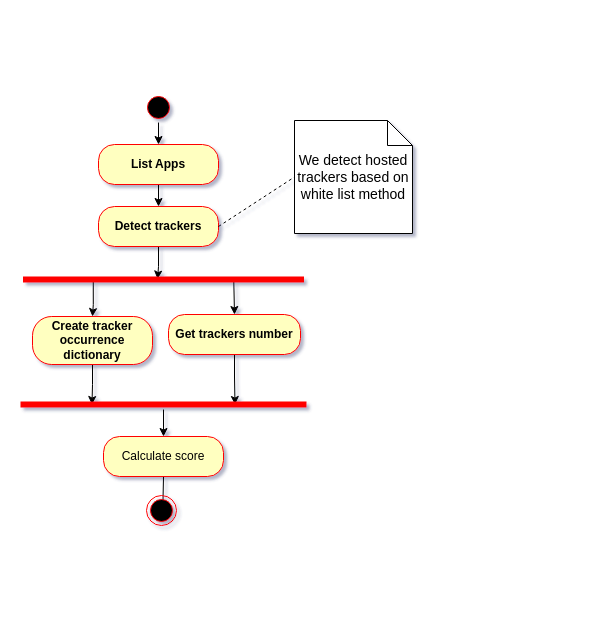
Earlier version of the draw.io diagram page "ActivityDiagram" (1 of 2) of TrackersRiskAssessmet.drawio (aissatrad/tracking-assess). Source tidied: cells renumbered, new cells numbered last; positions are measured from the earlier drawing's top-left corner, leaving out a move shared by most shapes. Both pictures are drawn from the tidied source at 100%, with x=0, y=0 at pixel (-55, 92).
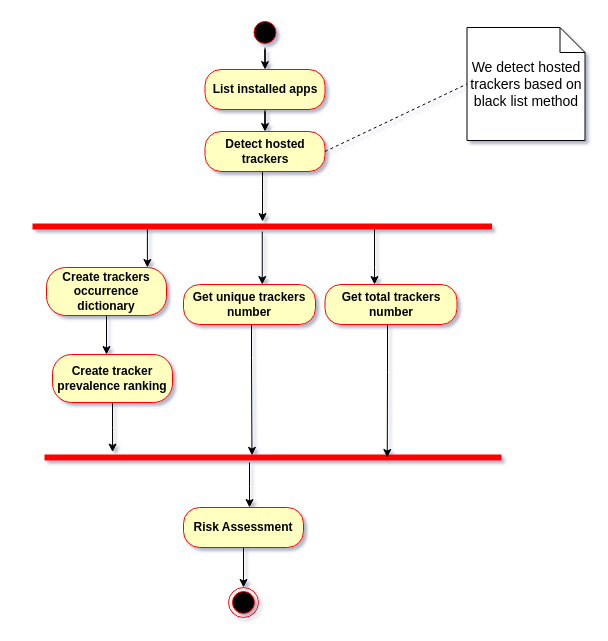
Above is the later version.

What changed in the source:
```diff
@@
     <mxCell id="4" style="ellipse;html=1;shape=startState;fillColor=#000000;strokeColor=#ff0000;" parent="1" vertex="1">
-      <mxGeometry x="198" width="30" height="30" as="geometry" />
+      <mxGeometry x="304.5" y="-75" width="30" height="30" as="geometry" />
     </mxCell>
-    <mxCell id="5" style="edgeStyle=orthogonalEdgeStyle;rounded=0;jettySize=auto;html=1;entryX=0.479;entryY=0.453;entryDx=0;entryDy=0;entryPerimeter=0;" parent="1" edge="1" source="6" target="9">
-      <mxGeometry relative="1" as="geometry" />
+    <mxCell id="5" style="edgeStyle=orthogonalEdgeStyle;rounded=0;jettySize=auto;html=1;" parent="1" edge="1" source="6" target="9">
+      <mxGeometry relative="1" as="geometry">
+        <Array as="points">
+          <mxPoint x="317" y="98" />
+          <mxPoint x="317" y="98" />
+        </Array>
+      </mxGeometry>
     </mxCell>
-    <mxCell id="6" value="&lt;b&gt;Detect trackers&lt;/b&gt;" style="rounded=1;whiteSpace=wrap;html=1;arcSize=40;fontColor=#000000;fillColor=#ffffc0;strokeColor=#ff0000;shadow=0;" parent="1" vertex="1">
-      <mxGeometry x="153" y="114" width="120" height="40" as="geometry" />
+    <mxCell id="6" value="&lt;b&gt;Detect hosted trackers&lt;/b&gt;" style="rounded=1;whiteSpace=wrap;html=1;arcSize=40;fontColor=#000000;fillColor=#ffffc0;strokeColor=#ff0000;shadow=0;" parent="1" vertex="1">
+      <mxGeometry x="259.5" y="39" width="120" height="40" as="geometry" />
     </mxCell>
     <mxCell id="7" style="edgeStyle=orthogonalEdgeStyle;rounded=0;jettySize=auto;html=1;exitX=0.25;exitY=0.5;exitDx=0;exitDy=0;exitPerimeter=0;" parent="1" edge="1" source="9" target="13">
-      <mxGeometry relative="1" as="geometry" />
+      <mxGeometry relative="1" as="geometry">
+        <Array as="points">
+          <mxPoint x="137" y="183" />
+        </Array>
+      </mxGeometry>
     </mxCell>
+    <mxCell id="23" style="edgeStyle=orthogonalEdgeStyle;rounded=0;jettySize=auto;html=1;exitX=0.75;exitY=0.5;exitDx=0;exitDy=0;exitPerimeter=0;" parent="1" edge="1" source="9" target="28">
+      <mxGeometry relative="1" as="geometry">
+        <Array as="points">
+          <mxPoint x="429" y="175" />
+          <mxPoint x="429" y="175" />
+        </Array>
+      </mxGeometry>
+    </mxCell>
-    <mxCell id="8" style="edgeStyle=orthogonalEdgeStyle;rounded=0;jettySize=auto;html=1;exitX=0.75;exitY=0.5;exitDx=0;exitDy=0;exitPerimeter=0;entryX=0.5;entryY=0;entryDx=0;entryDy=0;" parent="1" edge="1" source="9" target="11">
-      <mxGeometry relative="1" as="geometry" />
+    <mxCell id="8" style="edgeStyle=orthogonalEdgeStyle;rounded=0;jettySize=auto;html=1;" parent="1" edge="1" source="9" target="11">
+      <mxGeometry relative="1" as="geometry">
+        <Array as="points">
+          <mxPoint x="281" y="204" />
+          <mxPoint x="281" y="204" />
+        </Array>
+      </mxGeometry>
     </mxCell>
     <mxCell id="9" style="shape=line;html=1;strokeWidth=6;strokeColor=#ff0000;shadow=0;" parent="1" vertex="1">
-      <mxGeometry x="77.5" y="182" width="281" height="10" as="geometry" />
+      <mxGeometry x="87" y="129" width="459.5" height="10" as="geometry" />
     </mxCell>
-    <mxCell id="10" style="edgeStyle=orthogonalEdgeStyle;rounded=0;jettySize=auto;html=1;entryX=0.75;entryY=0.5;entryDx=0;entryDy=0;entryPerimeter=0;fontSize=14;" parent="1" edge="1" source="11" target="19">
-      <mxGeometry relative="1" as="geometry" />
+    <mxCell id="10" style="edgeStyle=orthogonalEdgeStyle;rounded=0;jettySize=auto;html=1;entryX=0.454;entryY=0.286;entryDx=0;entryDy=0;entryPerimeter=0;" parent="1" edge="1" source="11" target="19">
+      <mxGeometry relative="1" as="geometry">
+        <Array as="points">
+          <mxPoint x="306" y="265" />
+          <mxPoint x="306" y="265" />
+        </Array>
+      </mxGeometry>
     </mxCell>
-    <mxCell id="11" value="&lt;b&gt;Get trackers number&lt;br&gt;&lt;/b&gt;" style="rounded=1;whiteSpace=wrap;html=1;arcSize=40;fontColor=#000000;fillColor=#ffffc0;strokeColor=#ff0000;shadow=0;" parent="1" vertex="1">
-      <mxGeometry x="223" y="222" width="132" height="40" as="geometry" />
+    <mxCell id="11" value="&lt;b&gt;Get unique trackers number&lt;br&gt;&lt;/b&gt;" style="rounded=1;whiteSpace=wrap;html=1;arcSize=40;fontColor=#000000;fillColor=#ffffc0;strokeColor=#ff0000;shadow=0;" parent="1" vertex="1">
+      <mxGeometry x="238" y="192" width="132" height="40" as="geometry" />
     </mxCell>
-    <mxCell id="12" style="edgeStyle=orthogonalEdgeStyle;rounded=0;jettySize=auto;html=1;entryX=0.25;entryY=0.5;entryDx=0;entryDy=0;entryPerimeter=0;" parent="1" edge="1" source="13" target="19">
-      <mxGeometry relative="1" as="geometry" />
-    </mxCell>
+    <mxCell id="24" style="edgeStyle=orthogonalEdgeStyle;rounded=0;jettySize=auto;html=1;" parent="1" edge="1" source="13" target="26">
+      <mxGeometry relative="1" as="geometry">
+        <Array as="points">
+          <mxPoint x="161" y="257" />
+          <mxPoint x="161" y="257" />
+        </Array>
+      </mxGeometry>
+    </mxCell>
-    <mxCell id="13" value="&lt;div&gt;&lt;br&gt;&lt;/div&gt;&lt;div&gt;&lt;br&gt;&lt;/div&gt;&lt;div align=&quot;center&quot;&gt;&lt;b&gt;Create tracker occurrence dictionary&lt;/b&gt;&lt;/div&gt;&lt;div&gt;&lt;b&gt;&lt;br&gt;&lt;/b&gt;&lt;/div&gt;&lt;div&gt;&lt;br&gt;&lt;/div&gt;" style="rounded=1;whiteSpace=wrap;html=1;arcSize=40;fontColor=#000000;fillColor=#ffffc0;strokeColor=#ff0000;shadow=0;" parent="1" vertex="1">
-      <mxGeometry x="87" y="224" width="120" height="48" as="geometry" />
+    <mxCell id="13" value="&lt;div&gt;&lt;br&gt;&lt;/div&gt;&lt;div&gt;&lt;br&gt;&lt;/div&gt;&lt;div align=&quot;center&quot;&gt;&lt;b&gt;Create trackers occurrence dictionary&lt;/b&gt;&lt;/div&gt;&lt;div&gt;&lt;b&gt;&lt;br&gt;&lt;/b&gt;&lt;/div&gt;&lt;div&gt;&lt;br&gt;&lt;/div&gt;" style="rounded=1;whiteSpace=wrap;html=1;arcSize=40;fontColor=#000000;fillColor=#ffffc0;strokeColor=#ff0000;shadow=0;" parent="1" vertex="1">
+      <mxGeometry x="101" y="175" width="120" height="48" as="geometry" />
     </mxCell>
-    <mxCell id="14" value="&lt;div&gt;&lt;font style=&quot;font-size: 14px&quot;&gt;We detect hosted trackers based on white list method&lt;/font&gt;&lt;/div&gt;&lt;div&gt;&lt;br&gt;&lt;/div&gt;" style="shape=note2;boundedLbl=1;whiteSpace=wrap;html=1;size=25;verticalAlign=top;align=center;shadow=0;" parent="1" vertex="1">
-      <mxGeometry x="349" y="28" width="118" height="113" as="geometry" />
+    <mxCell id="14" value="&lt;div&gt;&lt;font style=&quot;font-size: 14px&quot;&gt;We detect hosted trackers based on black list method&lt;/font&gt;&lt;/div&gt;&lt;div&gt;&lt;br&gt;&lt;/div&gt;" style="shape=note2;boundedLbl=1;whiteSpace=wrap;html=1;size=25;verticalAlign=top;align=center;shadow=0;" parent="1" vertex="1">
+      <mxGeometry x="521.5" y="-65" width="118" height="113" as="geometry" />
     </mxCell>
@@
-    <mxCell id="16" value="&lt;b&gt;List Apps&lt;/b&gt;" style="rounded=1;whiteSpace=wrap;html=1;arcSize=40;fontColor=#000000;fillColor=#ffffc0;strokeColor=#ff0000;shadow=0;" parent="1" vertex="1">
-      <mxGeometry x="153" y="52" width="120" height="40" as="geometry" />
+    <mxCell id="16" value="&lt;div&gt;&lt;b&gt;List installed apps&lt;/b&gt;&lt;/div&gt;" style="rounded=1;whiteSpace=wrap;html=1;arcSize=40;fontColor=#000000;fillColor=#ffffc0;strokeColor=#ff0000;shadow=0;" parent="1" vertex="1">
+      <mxGeometry x="259.5" y="-23" width="120" height="40" as="geometry" />
     </mxCell>
@@
     <mxCell id="18" style="edgeStyle=orthogonalEdgeStyle;rounded=0;jettySize=auto;html=1;" parent="1" edge="1" source="19" target="21">
-      <mxGeometry relative="1" as="geometry" />
+      <mxGeometry relative="1" as="geometry">
+        <Array as="points">
+          <mxPoint x="304" y="394" />
+          <mxPoint x="304" y="394" />
+        </Array>
+      </mxGeometry>
     </mxCell>
     <mxCell id="19" style="shape=line;html=1;strokeWidth=6;strokeColor=#ff0000;shadow=0;" parent="1" vertex="1">
-      <mxGeometry x="75" y="307" width="286" height="10" as="geometry" />
+      <mxGeometry x="99" y="360" width="457" height="10" as="geometry" />
     </mxCell>
-    <mxCell id="20" style="edgeStyle=orthogonalEdgeStyle;rounded=0;jettySize=auto;html=1;exitX=0.5;exitY=1;exitDx=0;exitDy=0;entryX=0.543;entryY=0.51;entryDx=0;entryDy=0;entryPerimeter=0;" parent="1" edge="1" source="21" target="22">
+    <mxCell id="20" style="edgeStyle=orthogonalEdgeStyle;rounded=0;jettySize=auto;html=1;entryX=0.5;entryY=0;entryDx=0;entryDy=0;" parent="1" edge="1" source="21" target="22">
       <mxGeometry relative="1" as="geometry" />
     </mxCell>
-    <mxCell id="21" value="Calculate score" style="rounded=1;whiteSpace=wrap;html=1;arcSize=40;fontColor=#000000;fillColor=#ffffc0;strokeColor=#ff0000;shadow=0;" parent="1" vertex="1">
-      <mxGeometry x="158" y="344" width="120" height="40" as="geometry" />
+    <mxCell id="21" value="&lt;div&gt;&lt;b&gt;Risk Assessment&lt;/b&gt;&lt;/div&gt;" style="rounded=1;whiteSpace=wrap;html=1;arcSize=40;fontColor=#000000;fillColor=#ffffc0;strokeColor=#ff0000;shadow=0;" parent="1" vertex="1">
+      <mxGeometry x="238" y="415" width="120" height="40" as="geometry" />
     </mxCell>
+    <mxCell id="25" style="edgeStyle=orthogonalEdgeStyle;rounded=0;jettySize=auto;html=1;entryX=0.149;entryY=-0.043;entryDx=0;entryDy=0;entryPerimeter=0;" parent="1" edge="1" source="26" target="19">
+      <mxGeometry relative="1" as="geometry" />
+    </mxCell>
+    <mxCell id="26" value="&lt;div&gt;&lt;br&gt;&lt;/div&gt;&lt;div&gt;&lt;br&gt;&lt;/div&gt;&lt;div align=&quot;center&quot;&gt;&lt;b&gt;Create tracker prevalence ranking&lt;/b&gt;&lt;/div&gt;&lt;div&gt;&lt;b&gt;&lt;br&gt;&lt;/b&gt;&lt;/div&gt;&lt;div&gt;&lt;br&gt;&lt;/div&gt;" style="rounded=1;whiteSpace=wrap;html=1;arcSize=40;fontColor=#000000;fillColor=#ffffc0;strokeColor=#ff0000;shadow=0;" parent="1" vertex="1">
+      <mxGeometry x="107" y="262" width="120" height="48" as="geometry" />
+    </mxCell>
+    <mxCell id="27" style="edgeStyle=orthogonalEdgeStyle;rounded=0;jettySize=auto;html=1;entryX=0.75;entryY=0.5;entryDx=0;entryDy=0;entryPerimeter=0;" parent="1" edge="1" source="28" target="19">
+      <mxGeometry relative="1" as="geometry">
+        <Array as="points">
+          <mxPoint x="442" y="280" />
+          <mxPoint x="442" y="280" />
+        </Array>
+      </mxGeometry>
+    </mxCell>
+    <mxCell id="28" value="&lt;b&gt;Get total trackers number&lt;br&gt;&lt;/b&gt;" style="rounded=1;whiteSpace=wrap;html=1;arcSize=40;fontColor=#000000;fillColor=#ffffc0;strokeColor=#ff0000;shadow=0;" parent="1" vertex="1">
+      <mxGeometry x="379.5" y="192" width="132" height="40" as="geometry" />
+    </mxCell>
     <mxCell id="22" style="ellipse;html=1;shape=endState;fillColor=#000000;strokeColor=#ff0000;shadow=0;" parent="1" vertex="1">
-      <mxGeometry x="201" y="403" width="30" height="30" as="geometry" />
+      <mxGeometry x="283" y="495" width="30" height="30" as="geometry" />
     </mxCell>
```
